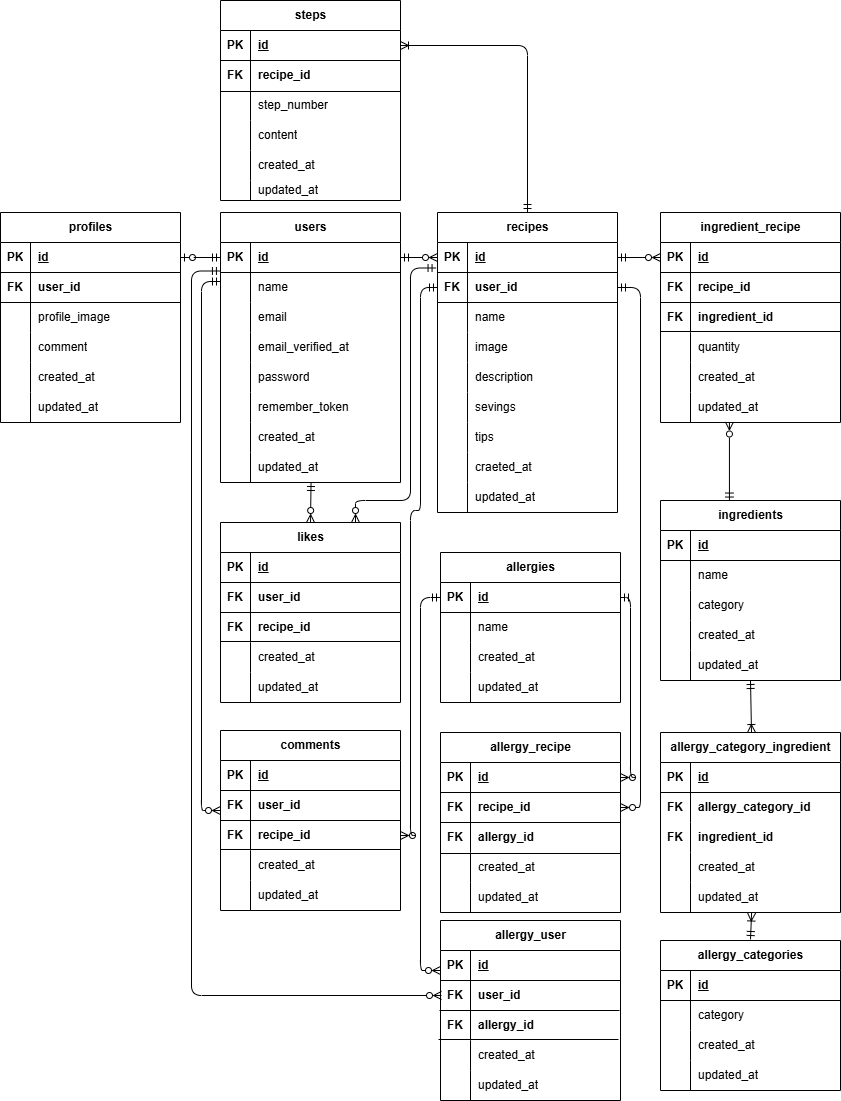
The draw.io diagram er.drawio.png in mami-kbb/allerfree-kitchen, before a commit. Source tidied: cells renumbered, new cells last; positions are measured from the earlier drawing's top-left corner, leaving out a move shared by most shapes.
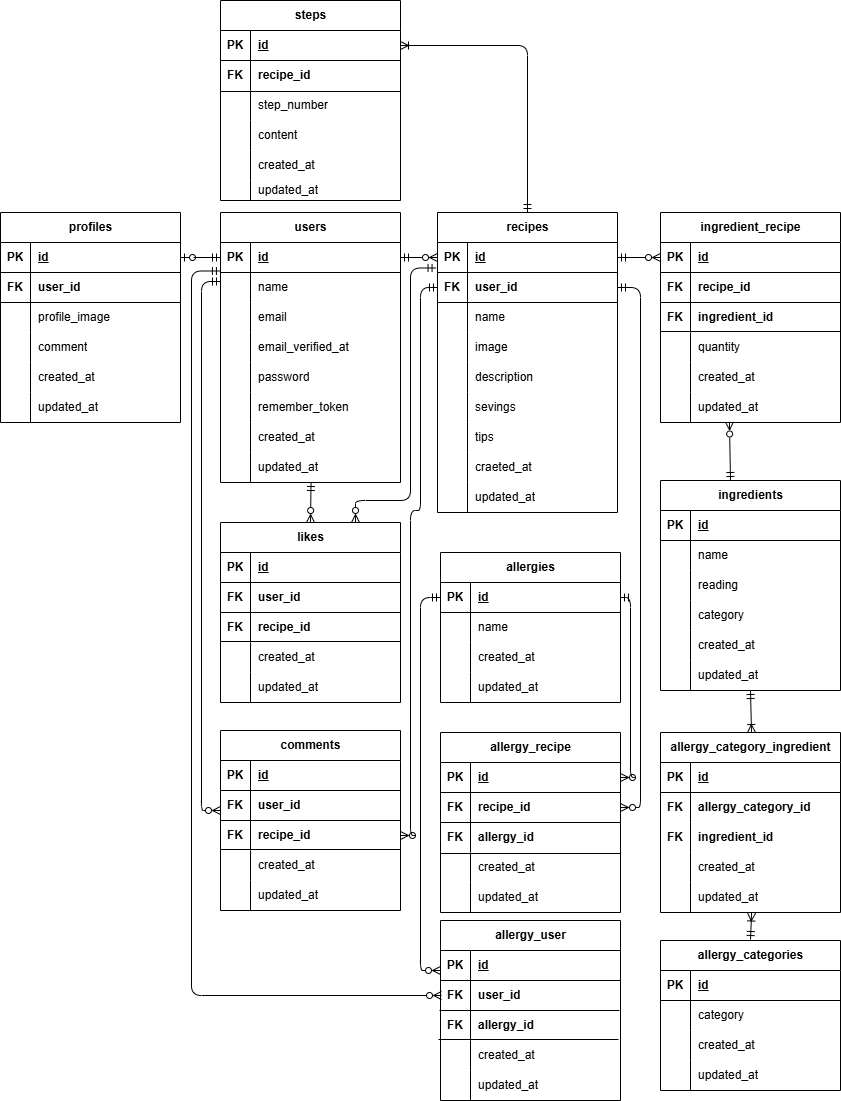
Above is the later version.

Diff of the diagram source:
```diff
@@ -447,7 +447,7 @@
       <mxGeometry x="30" width="150" height="30" as="geometry" />
     </mxCell>
     <mxCell id="150" value="ingredients" style="shape=table;startSize=30;rowLines=0;fontStyle=1;align=center;html=1;" parent="1" vertex="1">
-      <mxGeometry x="660" y="500" width="180" height="180" as="geometry" />
+      <mxGeometry x="660" y="480" width="180" height="210" as="geometry" />
     </mxCell>
     <mxCell id="151" style="shape=tableRow;horizontal=0;startSize=0;swimlaneHead=0;swimlaneBody=0;fillColor=none;top=0;left=0;right=0;bottom=1;" parent="150" vertex="1">
       <mxGeometry y="30" width="180" height="30" as="geometry" />
@@ -473,7 +473,7 @@
     <mxCell id="158" style="shape=partialRectangle;fillColor=none;top=0;left=0;bottom=0;right=0;overflow=hidden;whiteSpace=wrap;html=1;" parent="157" vertex="1">
       <mxGeometry width="30" height="30" as="geometry" />
     </mxCell>
-    <mxCell id="159" value="category" style="shape=partialRectangle;fillColor=none;top=0;left=0;bottom=0;right=0;align=left;spacingLeft=6;overflow=hidden;whiteSpace=wrap;html=1;" parent="157" vertex="1">
+    <mxCell id="159" value="reading" style="shape=partialRectangle;fillColor=none;top=0;left=0;bottom=0;right=0;align=left;spacingLeft=6;overflow=hidden;whiteSpace=wrap;html=1;" parent="157" vertex="1">
       <mxGeometry x="30" width="150" height="30" as="geometry" />
     </mxCell>
     <mxCell id="160" style="shape=tableRow;horizontal=0;startSize=0;swimlaneHead=0;swimlaneBody=0;fillColor=none;top=0;left=0;right=0;bottom=0;" parent="150" vertex="1">
@@ -482,7 +482,7 @@
     <mxCell id="161" style="shape=partialRectangle;fillColor=none;top=0;left=0;bottom=0;right=0;overflow=hidden;whiteSpace=wrap;html=1;" parent="160" vertex="1">
       <mxGeometry width="30" height="30" as="geometry" />
     </mxCell>
-    <mxCell id="162" value="created_at" style="shape=partialRectangle;fillColor=none;top=0;left=0;bottom=0;right=0;align=left;spacingLeft=6;overflow=hidden;whiteSpace=wrap;html=1;" parent="160" vertex="1">
+    <mxCell id="162" value="category" style="shape=partialRectangle;fillColor=none;top=0;left=0;bottom=0;right=0;align=left;spacingLeft=6;overflow=hidden;whiteSpace=wrap;html=1;" parent="160" vertex="1">
       <mxGeometry x="30" width="150" height="30" as="geometry" />
     </mxCell>
     <mxCell id="163" style="shape=tableRow;horizontal=0;startSize=0;swimlaneHead=0;swimlaneBody=0;fillColor=none;top=0;left=0;right=0;bottom=0;" parent="150" vertex="1">
@@ -491,9 +491,18 @@
     <mxCell id="164" style="shape=partialRectangle;fillColor=none;top=0;left=0;bottom=0;right=0;overflow=hidden;whiteSpace=wrap;html=1;" parent="163" vertex="1">
       <mxGeometry width="30" height="30" as="geometry" />
     </mxCell>
-    <mxCell id="165" value="updated_at" style="shape=partialRectangle;fillColor=none;top=0;left=0;bottom=0;right=0;align=left;spacingLeft=6;overflow=hidden;whiteSpace=wrap;html=1;" parent="163" vertex="1">
+    <mxCell id="165" value="created_at" style="shape=partialRectangle;fillColor=none;top=0;left=0;bottom=0;right=0;align=left;spacingLeft=6;overflow=hidden;whiteSpace=wrap;html=1;" parent="163" vertex="1">
       <mxGeometry x="30" width="150" height="30" as="geometry" />
     </mxCell>
+    <mxCell id="271" style="shape=tableRow;horizontal=0;startSize=0;swimlaneHead=0;swimlaneBody=0;fillColor=none;top=0;left=0;right=0;bottom=0;" parent="150" vertex="1">
+      <mxGeometry y="180" width="180" height="30" as="geometry" />
+    </mxCell>
+    <mxCell id="272" style="shape=partialRectangle;fillColor=none;top=0;left=0;bottom=0;right=0;overflow=hidden;whiteSpace=wrap;html=1;" parent="271" vertex="1">
+      <mxGeometry width="30" height="30" as="geometry" />
+    </mxCell>
+    <mxCell id="273" value="updated_at" style="shape=partialRectangle;fillColor=none;top=0;left=0;bottom=0;right=0;align=left;spacingLeft=6;overflow=hidden;whiteSpace=wrap;html=1;" parent="271" vertex="1">
+      <mxGeometry x="30" width="150" height="30" as="geometry" />
+    </mxCell>
     <mxCell id="166" style="group;" parent="1" vertex="1">
       <mxGeometry x="660" y="212" width="180" height="180" as="geometry" />
     </mxCell>
@@ -613,8 +622,10 @@
         </Array>
       </mxGeometry>
     </mxCell>
-    <mxCell id="196" style="fontSize=12;html=1;endArrow=ERmandOne;startArrow=ERzeroToMany;startFill=0;endFill=0;exitX=0.383;exitY=0.983;exitDx=0;exitDy=0;entryX=0.383;entryY=0.003;entryDx=0;entryDy=0;exitPerimeter=0;entryPerimeter=0;" parent="1" edge="1" source="183" target="150">
-      <mxGeometry relative="1" as="geometry" />
+    <mxCell id="196" style="fontSize=12;html=1;endArrow=ERmandOne;startArrow=ERzeroToMany;startFill=0;endFill=0;exitX=0.383;exitY=0.983;exitDx=0;exitDy=0;exitPerimeter=0;" parent="1" edge="1" source="183">
+      <mxGeometry relative="1" as="geometry">
+        <mxPoint x="730" y="480" as="targetPoint" />
+      </mxGeometry>
     </mxCell>
     <mxCell id="197" style="fontSize=12;html=1;endArrow=ERmandOne;startArrow=ERzeroToMany;startFill=0;endFill=0;entryX=1;entryY=0.5;entryDx=0;entryDy=0;" parent="1" edge="1" target="63">
       <mxGeometry relative="1" as="geometry">
@@ -771,9 +782,8 @@
     <mxCell id="247" value="updated_at" style="shape=partialRectangle;fillColor=none;top=0;left=0;bottom=0;right=0;align=left;spacingLeft=6;overflow=hidden;whiteSpace=wrap;html=1;" parent="245" vertex="1">
       <mxGeometry x="30" width="150" height="30" as="geometry" />
     </mxCell>
-    <mxCell id="248" style="fontSize=12;html=1;endArrow=ERoneToMany;startArrow=ERmandOne;exitX=0.5;exitY=0.933;exitDx=0;exitDy=0;exitPerimeter=0;" parent="1" edge="1">
+    <mxCell id="248" style="fontSize=12;html=1;endArrow=ERoneToMany;startArrow=ERmandOne;exitX=0.5;exitY=1;exitDx=0;exitDy=0;" parent="1" edge="1" source="150">
       <mxGeometry relative="1" as="geometry">
-        <mxPoint x="750" y="680" as="sourcePoint" />
         <mxPoint x="751" y="732" as="targetPoint" />
       </mxGeometry>
     </mxCell>
```
